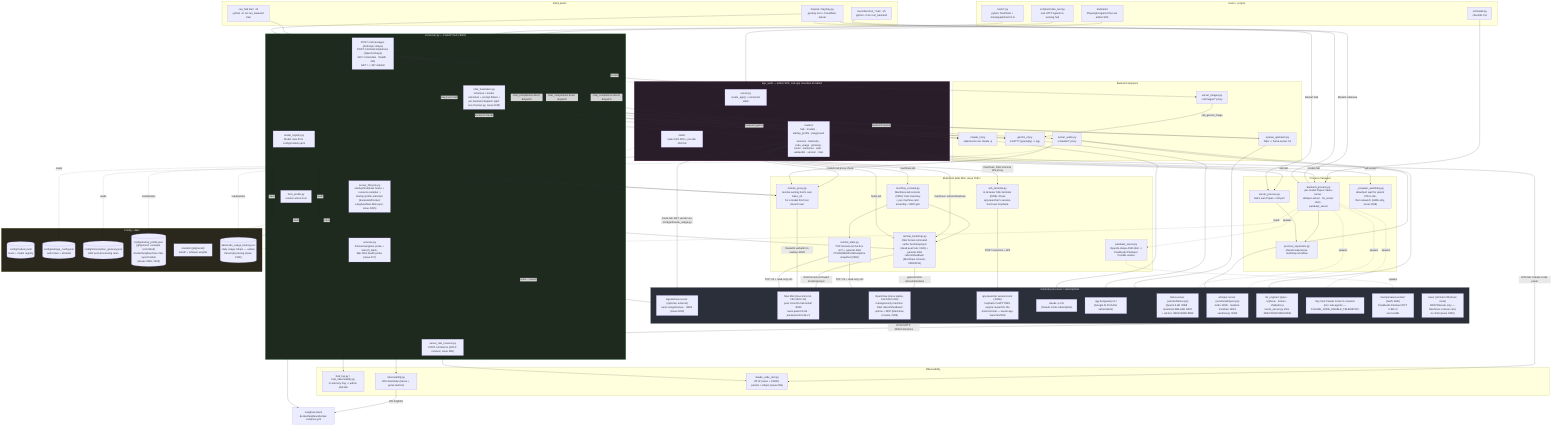
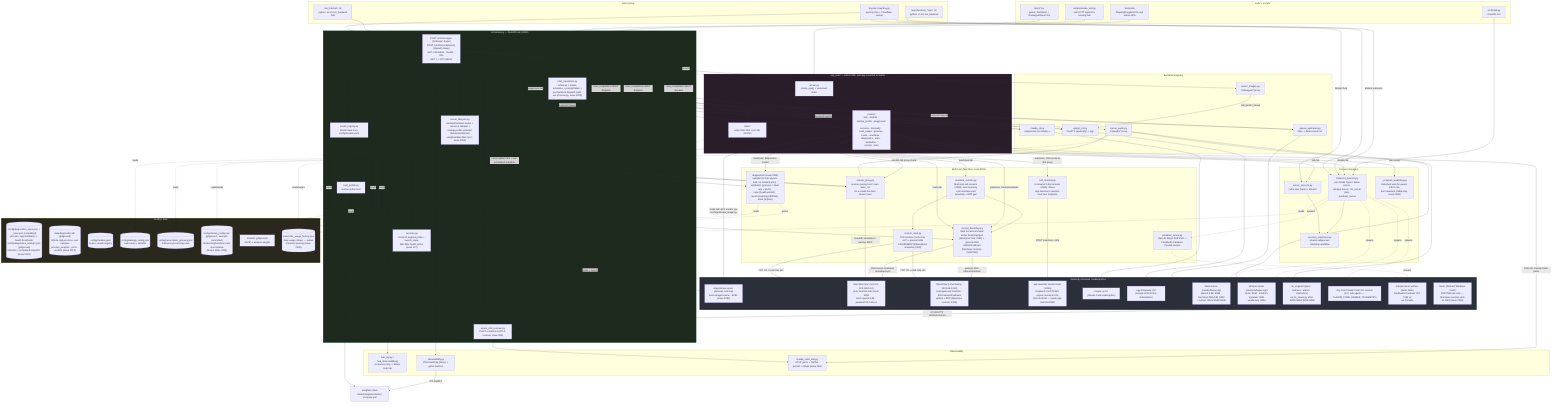
%% docs/architecture.mmd — local-llm-hub's own internal structure.
%% Hand-authored, not generated — companion to the fleet-wide convention in
%% ferraroroberto/fleet-config#256 (see that repo's own docs/architecture.mmd
%% for the reference dogfood). This is deliberately smaller than
%% docs/project-structure.md's three detailed diagrams (component/module/
%% sequence) — it's the one-glance map; project-structure.md stays the deep
%% reference. Update this diagram in the same PR as any material structural
%% change (a backend added/removed, a router moved, a process manager
%% relocated) — same anti-staleness contract as this repo's own `.fleet.toml`
%% `description` field.

flowchart TB
  subgraph entry["Entry points"]
    TRAY["tray.bat / tray/tray.py\npystray icon + Cloudflare tunnel"]
    RUNHUB["run_hub.bat / .sh\npython -m src.run_backend hub"]
    RUNMODEL["launchers/run_*.bat / .sh\npython -m src.run_backend <model_id>"]
  end

  subgraph core["src/server.py — FastAPI hub (:8000)"]
    SRV["POST /v1/messages (Anthropic shape)\nPOST /v1/chat/completions (OpenAI shape)\nGET /v1/models · /health · /info\nGET / -> 307 /admin/"]
    CHATT["chat_translation.py\nschemas + media extraction + prompt flatten +\nper-backend dispatch (split out of server.py, issue #245)"]
    LIFECYCLE["server_lifecycle.py\nstartup/shutdown hooks + resource sampler +\nstartup-profile autostart (backends/Docker/\nLangfuse/Mac-Mini-sync, issue #265)"]
    REG["model_registry.py\nModel rows from config/models.yaml"]
    HOSTP["host_profile.py\nresolve active host"]
    OTELRECV["server_otel_receiver.py\nPOST /v1/metrics (OTLP receiver, issue #68)"]
    SVC["services.py\nDocker/Langfuse probe + launch_stack,\nMac Mini health probe (issue #27)"]
  end
  TRAY --> SRV
  RUNHUB --> SRV
  SRV --> CHATT
  SRV --> LIFECYCLE
  SRV --> REG
  REG --> HOSTP
  LIFECYCLE --> SVC
  LIFECYCLE --> REMOTEBOOT
  SVC --> LANGFUSE
  SVC -->|probe + launch| AGENTSVIEW

  subgraph routing["Backend wrappers"]
    CLAUDECLI["claude_cli.py\nsubprocess.run claude -p"]
    GEMINICLI["gemini_cli.py\nConPTY (pywinpty) -> agy"]
    OAIUP["openai_upstream.py\nhttpx -> llama-server /v1"]
    AUDIOR["server_audio.py\n/v1/audio/* proxy"]
    IMAGESR["server_images.py\n/v1/images/* proxy"]
  end
  CHATT -->|backend=claude| CLAUDECLI
  CHATT -->|backend=gemini| GEMINICLI
  CHATT -->|backend=openai| OAIUP
  SRV -->|chat_completions direct dispatch| CLAUDECLI
  SRV -->|chat_completions direct dispatch| GEMINICLI
  SRV -->|chat_completions direct dispatch| OAIUP
  SRV --> AUDIOR
  SRV --> IMAGESR
  SRV --> OTELRECV
  IMAGESR -->|call_gemini_image| GEMINICLI

  subgraph multihost["Multi-host (Mac Mini, issue #181)"]
    REMOTEPROXY["remote_proxy.py\nresolve owning host's own base_url\nfor a model this host doesn't own"]
    REMOTEBOOT["remote_bootstrap.py\nSSH forced-command verbs: bootstrap/sync\n(dead peer hub, #181) + general-SSH\nreboot/shutdown (Machines console, #309/#311)"]
    MACHINECON["machine_console.py\nMachines-tab console (#309): host inventory\n+ per-machine card assembly + RDP gen"]
    REMOTESTATS["remote_stats.py\nTCP liveness (is the box on?) + general-SSH\nCPU/RAM/GPU/disk/uptime snapshot (#309)"]
    SSHTERM["ssh_terminal.py\nin-browser SSH terminal (#309): drives\napp-launcher's session-host over loopback"]
+     DIAG["diagnostics/ (issue #315)\nsampler (in-hub asyncio task, no resident proc) ·\nattribution (process -> fleet app + ports) ·\nrules (health verdict) · report (summary/drift/md) ·\nstore (SQLite)"]
    PARAKEETSRV["parakeet_server.py\nOpenAI-shape ASR shim ->\nFluidAudio Parakeet CoreML worker"]
  end
  CHATT --> REMOTEPROXY
  SRV --> REMOTEPROXY
  AUDIOR --> REMOTEPROXY
  WROUT -->|models tab proxy check| REMOTEPROXY
  WROUT -->|hosts tab| REMOTEBOOT
  WROUT -->|machines tab| MACHINECON
  WROUT -->|machines: reboot/shutdown| REMOTEBOOT
  WROUT -->|machines: SSH terminal WS proxy| SSHTERM
  MACHINECON --> REMOTEBOOT
  MACHINECON --> REMOTESTATS
+   WROUT -->|machines: diagnostics modal| DIAG
+   LIFECYCLE -->|close orphan runs + arm scheduled snapshot| DIAG
+   DIAG -.reads.-> DIAGCFG
+   DIAG -.writes.-> DIAGDB
  REMOTESTATS -->|TCP :22 + read-only ssh| MACMINI
  REMOTESTATS -->|TCP :22 + read-only ssh| OPENCLAW
  SSHTERM -->|POST /sessions + WS| SESSIONHOST
  REMOTEBOOT -->|general-SSH reboot/shutdown| OPENCLAW

  subgraph procmgr["Process managers"]
    SUPERVISOR["process_supervisor.py\nshared subprocess start/stop workflow"]
    SERVPROC["server_process.py\nhub's own Popen + kill-port"]
    BACKPROC["backend_process.py\nper-model Popen: llama-server ·\nwhisper-server · tts_server shim ·\nparakeet_server"]
    WATCHDOG["_respawn_watchdog.py\ndetached: wait for parent PID to die,\nthen relaunch (stdlib-only, issue #198)"]
  end
  RUNMODEL --> BACKPROC
  TRAY -->|Models submenu| BACKPROC
  TRAY -->|Restart hub| SERVPROC
  SERVPROC --> SUPERVISOR
  BACKPROC --> SUPERVISOR
  BACKPROC -.spawns.-> PARAKEETSRV

  subgraph ext["External processes / subscriptions"]
    CLAUDEBIN["claude -p CLI\n(Claude Code subscription)"]
    AGYBIN["agy Antigravity CLI\n(Google AI Pro/Ultra subscription)"]
    LLAMA["llama-server (vendor/llama.cpp)\nQwen3.5-4B :8088 · Gemma4-26B-A4B :8087\n+ ad-hoc :8081/:8082/:8086"]
    WHISPER["whisper-server (vendor/whisper.cpp)\nturbo :8090 · medium-translate :8091\nvanilla lazy :8094"]
    TTS["tts_engines/ (piper · orpheus · kokoro · chatterbox)\nvia tts_server.py shim :8092/:8093/:8095/:8096"]
    CCHOST["Any host Claude Code CLI session\n(incl. sub-agents — CLAUDE_CODE_ENABLE_TELEMETRY)"]
    MACMINI["Mac Mini (mac-mini-m4, 192.168.0.14)\npeer local-llm-hub install :8000\nowns qwen3.5-9b · parakeet-tdt-0.6b-v3"]
    PARAKEETWORKER["mac/parakeet-worker/ (Swift, ANE)\nFluidAudio Parakeet TDT 0.6B v3\nvia CoreML"]
    AGENTSVIEW["AgentsView server (optional, external)\nkenn-io/agentsview · :8080 (issue #280)"]
    SESSIONHOST["app-launcher session-host (:8446)\nloopback ConPTY/WS engine reused for the\nSSH terminal — needs app-launcher#558"]
    OPENCLAW["OpenClaw (Linux laptop, 192.168.0.239)\nmanaged-only machine: SSH reboot/shutdown/\nuptime + RDP (Machines console, #309)"]
    TOWER["tower (dormant Windows node)\nRDP/Tailscale only — Machines console card,\nno SSH (issue #309)"]
  end
  CLAUDECLI --> CLAUDEBIN
  GEMINICLI --> AGYBIN
  OAIUP --> LLAMA
  AUDIOR --> WHISPER
  AUDIOR --> TTS
  BACKPROC -.spawns.-> LLAMA
  BACKPROC -.spawns.-> WHISPER
  BACKPROC -.spawns.-> TTS
  CCHOST -->|OTLP/HTTP :8000/v1/metrics| OTELRECV
  REMOTEPROXY -->|forwards verbatim to owning :8000| MACMINI
  REMOTEBOOT -->|SSH forced-command bootstrap/sync| MACMINI
  PARAKEETSRV -.spawns.-> PARAKEETWORKER

  subgraph admin["app_web/ — admin SPA, sub-app mounted at /admin"]
    WSRV["server.py\ncreate_app() + versioned static"]
-     WROUT["routers/\nhub · models · startup_profile · playground ·\nservices · telemetry · code_usage · glossary ·\nhosts · machines · auth · webauthn · version · misc"]
+     WROUT["routers/\nhub · models · startup_profile · playground ·\nservices · telemetry · code_usage · glossary ·\nhosts · machines · diagnostics · auth · webauthn ·\nversion · misc"]
    WSTATIC["static/\nindex.html SPA + per-tab JS/CSS"]
  end
  SRV -.mounts.-> WSRV
  WSRV --> WROUT
  WSRV --> WSTATIC
  WROUT -->|hub tab| SERVPROC
  WROUT -->|hub restart| WATCHDOG
  WROUT -->|models tab| BACKPROC
  WROUT -->|playground tab| SRV

  subgraph obs["Observability"]
    HUBLOG["hub_log.py / hub_observability.py\nin-memory ring -> admin Hub tab"]
    OTEL["observability.py\nOTel bootstrap (traces + genai metrics)"]
    CCOTEL["claude_code_otel.py\nOTLP parse + JSONL persist + rollups (issue #68)"]
  end
  SRV --> HUBLOG
  SRV --> OTEL
  OTEL -->|OTLP/gRPC| LANGFUSE["Langfuse stack\ndocker/langfuse/docker-compose.yml"]
  OTELRECV --> CCOTEL
  WROUT -->|OTel tab: Claude Code panel| CCOTEL
  WROUT -->|Code tab: AGY vendor via src/agentsview_usage.py| AGENTSVIEW

  subgraph cfg["Config + data"]
    MODELSYAML[("config/models.yaml\nhosts + model registry")]
    WEBCFG[("config/webapp_config.json\nauth token + allowlist")]
    GLOSSARY[("config/transcription_glossary.json\nASR post-processing rules")]
    STARTUPCFG[("config/startup_profile.json (gitignored; .example committed)\ndocker/langfuse/mac-mini-sync/models\n(issues #265, #304)")]
    MODELSDIR["models/ (gitignored)\nGGUF + whisper weights"]
    USAGEHIST[("data/code_usage_history.json\ndaily usage rollups — outlive\ntranscript pruning (issue #280)")]
+     DIAGCFG[("config/diagnostics_apps.json + _rules.json (committed)\nprocess->app attribution + health thresholds;\nconfig/diagnostics_settings.json (gitignored)\nretention + scheduled snapshot (issue #315)")]
+     DIAGDB[("data/diagnostics.db (gitignored)\nSQLite capture store: runs · samples ·\nprocess_samples · ports · verdicts (issue #315)")]
  end
  REG -.reads.-> MODELSYAML
  HOSTP -.reads.-> MODELSYAML
  WSRV -.reads.-> WEBCFG
  AUDIOR -.reads.-> GLOSSARY
  BACKPROC -.reads.-> MODELSDIR
  REG -.reads.-> STARTUPCFG
  LIFECYCLE -.reads.-> STARTUPCFG
  WROUT -.reads/writes.-> STARTUPCFG
  WROUT -.reads/writes.-> USAGEHIST

  subgraph tests["tests/ + scripts/"]
    UNITTESTS["tests/*.py\npytest, TestClient + monkeypatched CLIs"]
    E2E["tests/e2e/\nPlaywright against the real admin SPA"]
    SMOKE["scripts/smoke_test.py\nreal HTTP against a running hub"]
    INSTALL["src/install.py\ncheck/fix CLI"]
  end
  UNITTESTS --> SRV
  E2E --> WSRV
  SMOKE --> SRV
  INSTALL --> BACKPROC

  classDef ext fill:#2a2f3a,stroke:#555,color:#eee
  classDef hub fill:#1d2a1d,stroke:#4a7,color:#eee
  classDef ui fill:#2a1d2a,stroke:#a47,color:#eee
  classDef cfgnode fill:#2a281d,stroke:#a94,color:#eee
  class ext ext
  class core hub
  class admin ui
  class cfg cfgnode
